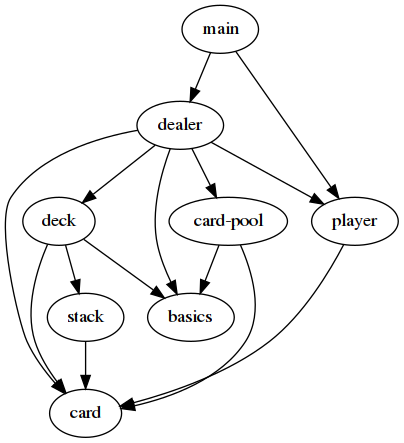
LLazarek/blame-evaluation-gt keeps this Graphviz diagram as writing/Images/take5-module-graph.png. Above is the earlier version. Its source is kept beside it as writing/Images/take5-module-graph.dot. The source it was exported from:
```dot
digraph g {
  0 [label="basics"]
  1 [label="card-pool"]
  2 [label="card"]
  3 [label="dealer"]
  4 [label="deck"]
  5 [label="main"]
  6 [label="player"]
  7 [label="stack"]

  5 -> 3
  5 -> 6
  3 -> 4
  3 -> 1
  3 -> 0
  3 -> 6
  3 -> 2
  4 -> 0
  4 -> 2
  4 -> 7
  1 -> 0
  1 -> 2
  6 -> 2
  7 -> 2

}
```
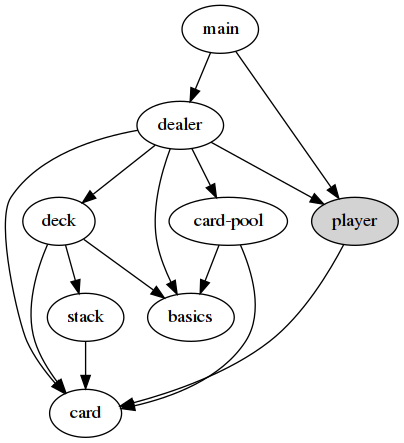
Later version of the same file.

Diff of the diagram source:
```diff
@@ -5,7 +5,7 @@
   3 [label="dealer"]
   4 [label="deck"]
   5 [label="main"]
-  6 [label="player"]
+  6 [label="player", style="filled", fillcolor="lightgrey"]
   7 [label="stack"]
 
   5 -> 3
```
